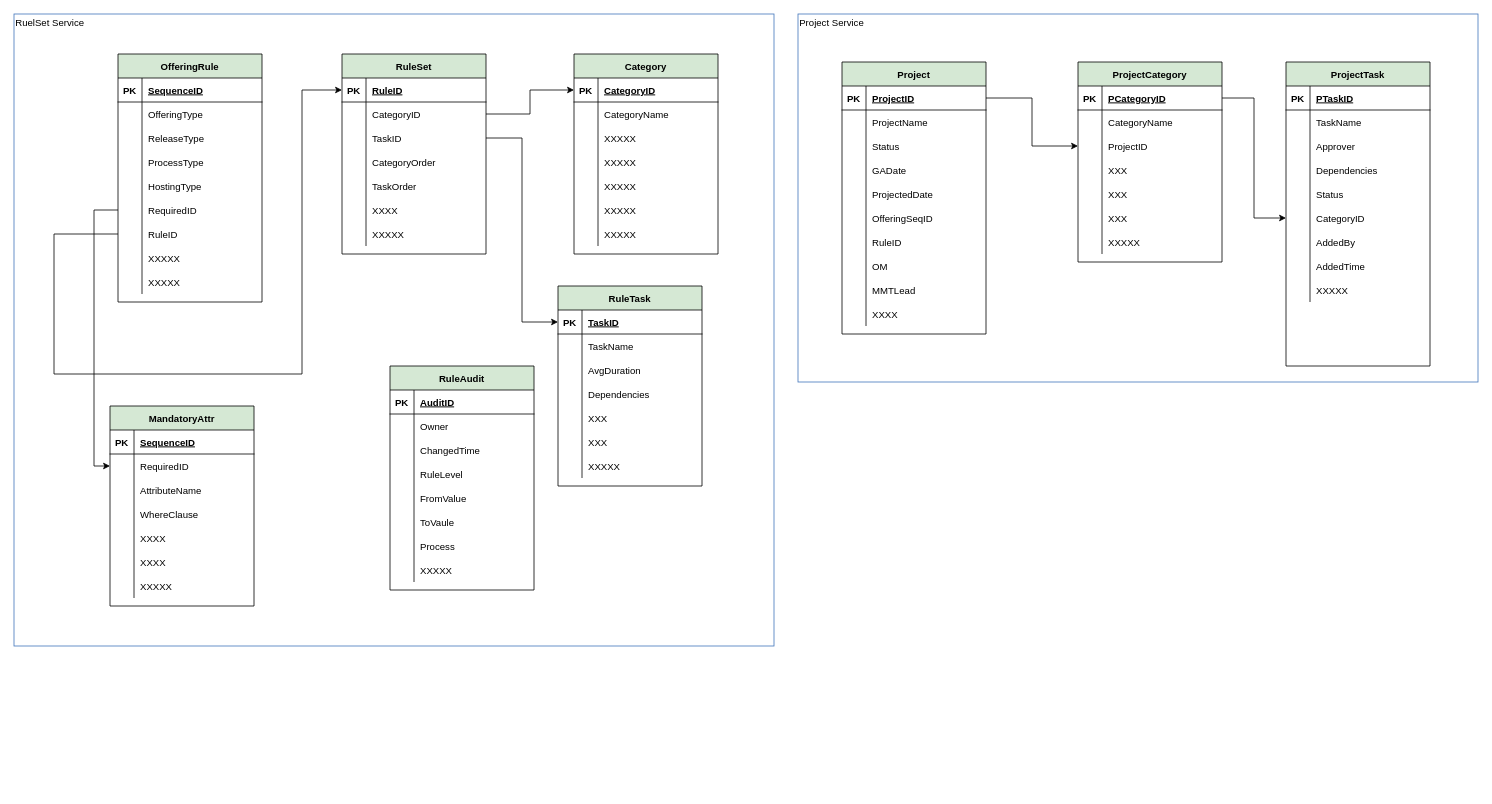
The draw.io diagram page "Data Model" (4 of 6) of oasis-architecture.drawio in JackZhao2517/drawio_folder, before the edit. Source tidied: cells renumbered, new cells numbered last; positions are measured from the earlier drawing's top-left corner, leaving out a move shared by most shapes. Both pictures are drawn from the tidied source at 80%, with x=0, y=0 at pixel (14, 14).
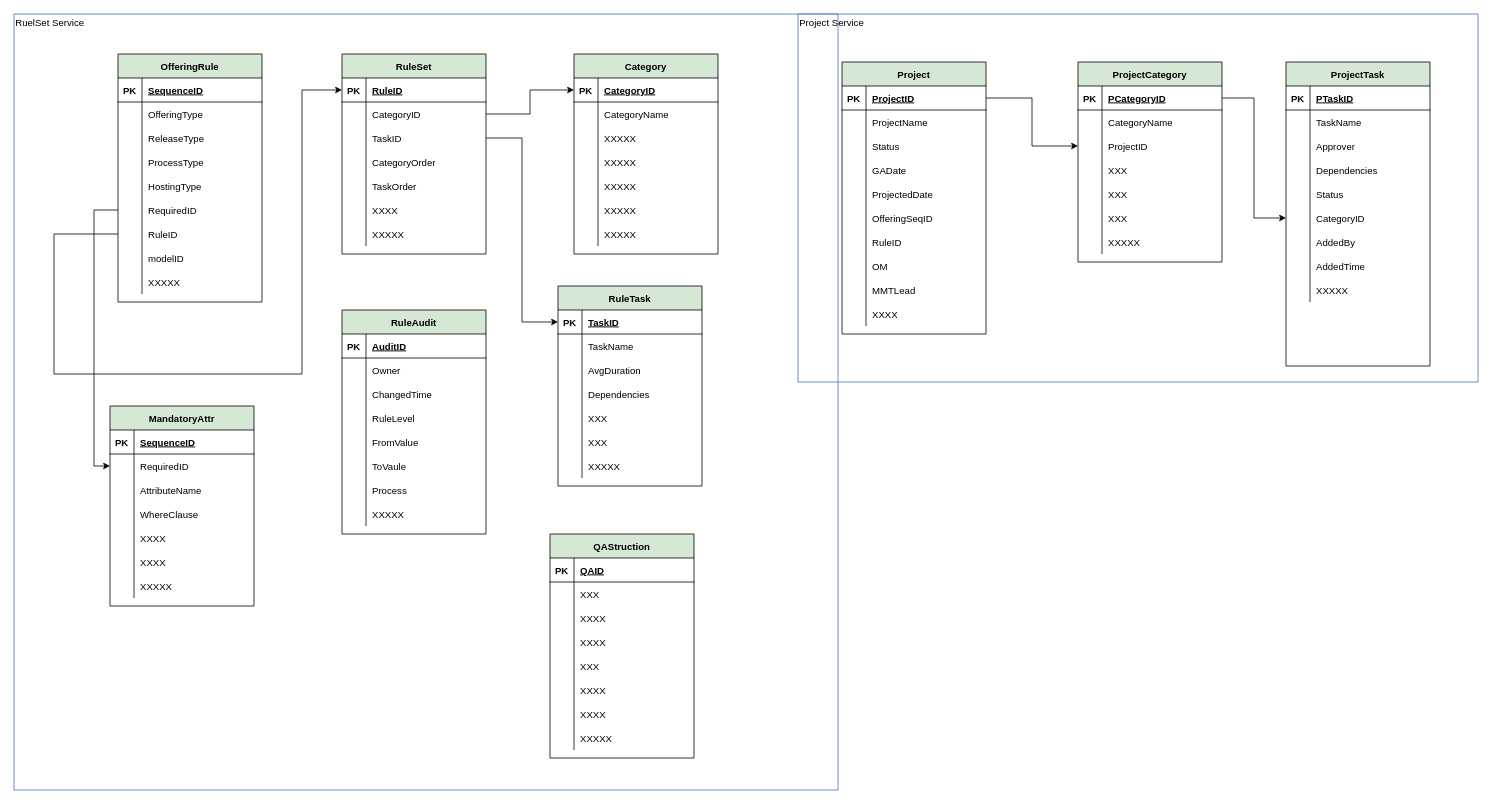
The same page after the edit.

The change refers to these unchanged cells:
```xml
<mxCell id="116" style="shape=partialRectangle;fillColor=none;top=0;left=0;bottom=0;right=0;" parent="94" vertex="1">
  <mxGeometry y="240" width="180" height="30" as="geometry" />
</mxCell>
```

Diff of the diagram source:
```diff
@@
     <mxCell id="2" value="&lt;div align=&quot;left&quot;&gt;RuelSet Service&lt;/div&gt;" style="fontStyle=0;verticalAlign=top;align=left;spacingTop=-2;fillColor=none;rounded=0;whiteSpace=wrap;html=1;strokeColor=#4376BB;strokeWidth=1;dashed=0;" parent="1" vertex="1">
-      <mxGeometry width="950" height="790" as="geometry" />
+      <mxGeometry width="1030" height="970" as="geometry" />
     </mxCell>
@@
     <mxCell id="47" value="RuleAudit" style="shape=table;startSize=30;childLayout=tableLayout;rowLines=0;fontStyle=1;align=center;fillColor=#D5E8D4;" parent="2" vertex="1">
-      <mxGeometry x="470" y="440" width="180" height="280" as="geometry" />
+      <mxGeometry x="410" y="370" width="180" height="280" as="geometry" />
     </mxCell>
@@
+    <mxCell id="232" value="QAStruction" style="shape=table;startSize=30;childLayout=tableLayout;rowLines=0;fontStyle=1;align=center;fillColor=#D5E8D4;" parent="2" vertex="1">
+      <mxGeometry x="670" y="650" width="180" height="280" as="geometry" />
+    </mxCell>
+    <mxCell id="233" style="shape=partialRectangle;fillColor=none;top=0;left=0;bottom=1;right=0;" parent="232" vertex="1">
+      <mxGeometry y="30" width="180" height="30" as="geometry" />
+    </mxCell>
+    <mxCell id="234" value="PK" style="shape=partialRectangle;fillColor=none;top=0;left=0;bottom=0;right=0;fontStyle=1;overflow=hidden;" parent="233" vertex="1">
+      <mxGeometry width="30" height="30" as="geometry" />
+    </mxCell>
+    <mxCell id="235" value="QAID" style="shape=partialRectangle;fillColor=none;top=0;left=0;bottom=0;right=0;align=left;spacingLeft=6;fontStyle=5;overflow=hidden;" parent="233" vertex="1">
+      <mxGeometry x="30" width="150" height="30" as="geometry" />
+    </mxCell>
+    <mxCell id="236" style="shape=partialRectangle;fillColor=none;top=0;left=0;bottom=0;right=0;" parent="232" vertex="1">
+      <mxGeometry y="60" width="180" height="30" as="geometry" />
+    </mxCell>
+    <mxCell id="237" style="shape=partialRectangle;fillColor=none;top=0;left=0;bottom=0;right=0;overflow=hidden;" parent="236" vertex="1">
+      <mxGeometry width="30" height="30" as="geometry" />
+    </mxCell>
+    <mxCell id="238" value="XXX" style="shape=partialRectangle;fillColor=none;top=0;left=0;bottom=0;right=0;align=left;spacingLeft=6;overflow=hidden;" parent="236" vertex="1">
+      <mxGeometry x="30" width="150" height="30" as="geometry" />
+    </mxCell>
+    <mxCell id="239" style="shape=partialRectangle;fillColor=none;top=0;left=0;bottom=0;right=0;" parent="232" vertex="1">
+      <mxGeometry y="90" width="180" height="30" as="geometry" />
+    </mxCell>
+    <mxCell id="240" style="shape=partialRectangle;fillColor=none;top=0;left=0;bottom=0;right=0;overflow=hidden;" parent="239" vertex="1">
+      <mxGeometry width="30" height="30" as="geometry" />
+    </mxCell>
+    <mxCell id="241" value="XXXX" style="shape=partialRectangle;fillColor=none;top=0;left=0;bottom=0;right=0;align=left;spacingLeft=6;overflow=hidden;" parent="239" vertex="1">
+      <mxGeometry x="30" width="150" height="30" as="geometry" />
+    </mxCell>
+    <mxCell id="242" style="shape=partialRectangle;fillColor=none;top=0;left=0;bottom=0;right=0;" parent="232" vertex="1">
+      <mxGeometry y="120" width="180" height="30" as="geometry" />
+    </mxCell>
+    <mxCell id="243" style="shape=partialRectangle;fillColor=none;top=0;left=0;bottom=0;right=0;overflow=hidden;" parent="242" vertex="1">
+      <mxGeometry width="30" height="30" as="geometry" />
+    </mxCell>
+    <mxCell id="244" value="XXXX" style="shape=partialRectangle;fillColor=none;top=0;left=0;bottom=0;right=0;align=left;spacingLeft=6;overflow=hidden;" parent="242" vertex="1">
+      <mxGeometry x="30" width="150" height="30" as="geometry" />
+    </mxCell>
+    <mxCell id="245" style="shape=partialRectangle;fillColor=none;top=0;left=0;bottom=0;right=0;" parent="232" vertex="1">
+      <mxGeometry y="150" width="180" height="30" as="geometry" />
+    </mxCell>
+    <mxCell id="246" style="shape=partialRectangle;fillColor=none;top=0;left=0;bottom=0;right=0;overflow=hidden;" parent="245" vertex="1">
+      <mxGeometry width="30" height="30" as="geometry" />
+    </mxCell>
+    <mxCell id="247" value="XXX" style="shape=partialRectangle;fillColor=none;top=0;left=0;bottom=0;right=0;align=left;spacingLeft=6;overflow=hidden;" parent="245" vertex="1">
+      <mxGeometry x="30" width="150" height="30" as="geometry" />
+    </mxCell>
+    <mxCell id="248" style="shape=partialRectangle;fillColor=none;top=0;left=0;bottom=0;right=0;" parent="232" vertex="1">
+      <mxGeometry y="180" width="180" height="30" as="geometry" />
+    </mxCell>
+    <mxCell id="249" style="shape=partialRectangle;fillColor=none;top=0;left=0;bottom=0;right=0;overflow=hidden;" parent="248" vertex="1">
+      <mxGeometry width="30" height="30" as="geometry" />
+    </mxCell>
+    <mxCell id="250" value="XXXX" style="shape=partialRectangle;fillColor=none;top=0;left=0;bottom=0;right=0;align=left;spacingLeft=6;overflow=hidden;" parent="248" vertex="1">
+      <mxGeometry x="30" width="150" height="30" as="geometry" />
+    </mxCell>
+    <mxCell id="251" style="shape=partialRectangle;fillColor=none;top=0;left=0;bottom=0;right=0;" parent="232" vertex="1">
+      <mxGeometry y="210" width="180" height="30" as="geometry" />
+    </mxCell>
+    <mxCell id="252" style="shape=partialRectangle;fillColor=none;top=0;left=0;bottom=0;right=0;overflow=hidden;" parent="251" vertex="1">
+      <mxGeometry width="30" height="30" as="geometry" />
+    </mxCell>
+    <mxCell id="253" value="XXXX" style="shape=partialRectangle;fillColor=none;top=0;left=0;bottom=0;right=0;align=left;spacingLeft=6;overflow=hidden;" parent="251" vertex="1">
+      <mxGeometry x="30" width="150" height="30" as="geometry" />
+    </mxCell>
+    <mxCell id="254" style="shape=partialRectangle;fillColor=none;top=0;left=0;bottom=0;right=0;" parent="232" vertex="1">
+      <mxGeometry y="240" width="180" height="30" as="geometry" />
+    </mxCell>
+    <mxCell id="255" style="shape=partialRectangle;fillColor=none;top=0;left=0;bottom=0;right=0;overflow=hidden;" parent="254" vertex="1">
+      <mxGeometry width="30" height="30" as="geometry" />
+    </mxCell>
+    <mxCell id="256" value="XXXXX" style="shape=partialRectangle;fillColor=none;top=0;left=0;bottom=0;right=0;align=left;spacingLeft=6;overflow=hidden;" parent="254" vertex="1">
+      <mxGeometry x="30" width="150" height="30" as="geometry" />
+    </mxCell>
@@
-    <mxCell id="118" value="XXXXX" style="shape=partialRectangle;fillColor=none;top=0;left=0;bottom=0;right=0;align=left;spacingLeft=6;overflow=hidden;" parent="116" vertex="1">
+    <mxCell id="118" value="modelID" style="shape=partialRectangle;fillColor=none;top=0;left=0;bottom=0;right=0;align=left;spacingLeft=6;overflow=hidden;" parent="116" vertex="1">
       <mxGeometry x="30" width="150" height="30" as="geometry" />
     </mxCell>
```
